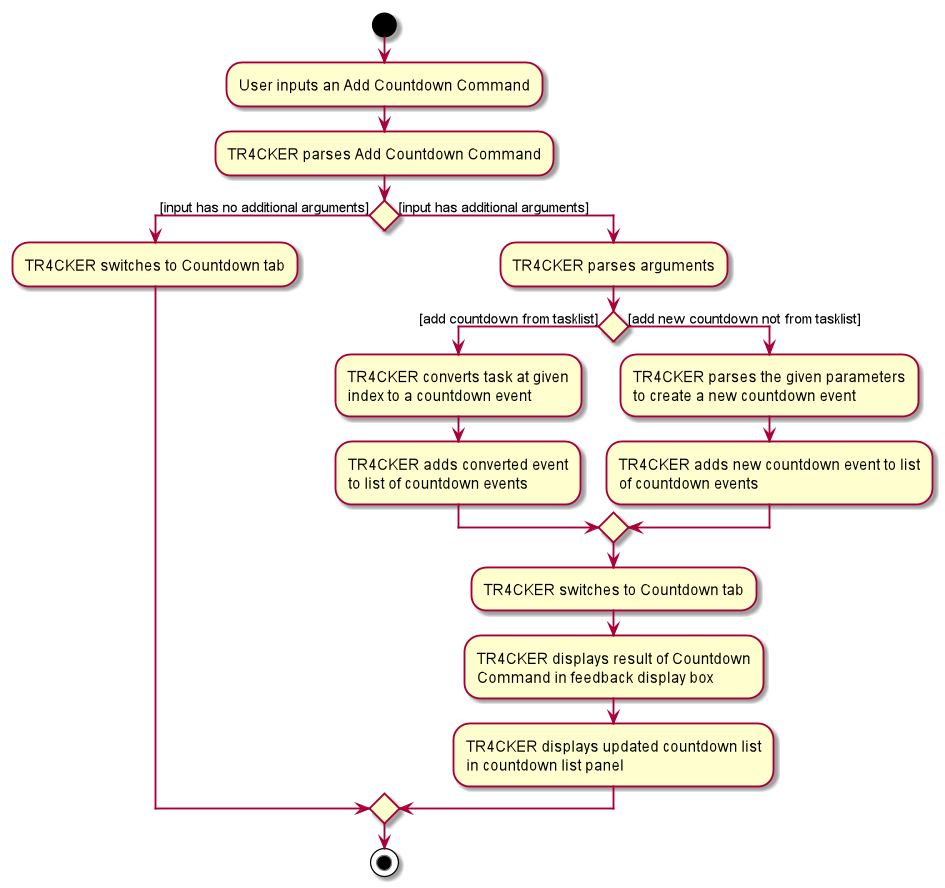
The PlantUML diagram docs/images/CountdownActivityDiagram.png in yingqi0607/tp, before a commit. Its diagram source:
```plantuml
@startuml
start
:User inputs an Add Countdown Command;
:TR4CKER parses Add Countdown Command;

if () then ([input has no additional arguments])
    :TR4CKER switches to Countdown tab;
else ([input has additional arguments])
        :TR4CKER parses arguments;

    if () then ([add countdown from tasklist])
        :TR4CKER converts task at given
        index to a countdown event;
        :TR4CKER adds converted event
        to list of countdown events;
    else ([add new countdown not from tasklist])
         :TR4CKER parses the given parameters
         to create a new countdown event;
         :TR4CKER adds new countdown event to list
         of countdown events;
     endif
:TR4CKER switches to Countdown tab;
:TR4CKER displays result of Countdown
Command in feedback display box;
:TR4CKER displays updated countdown list
in countdown list panel;
endif
stop
@enduml
```
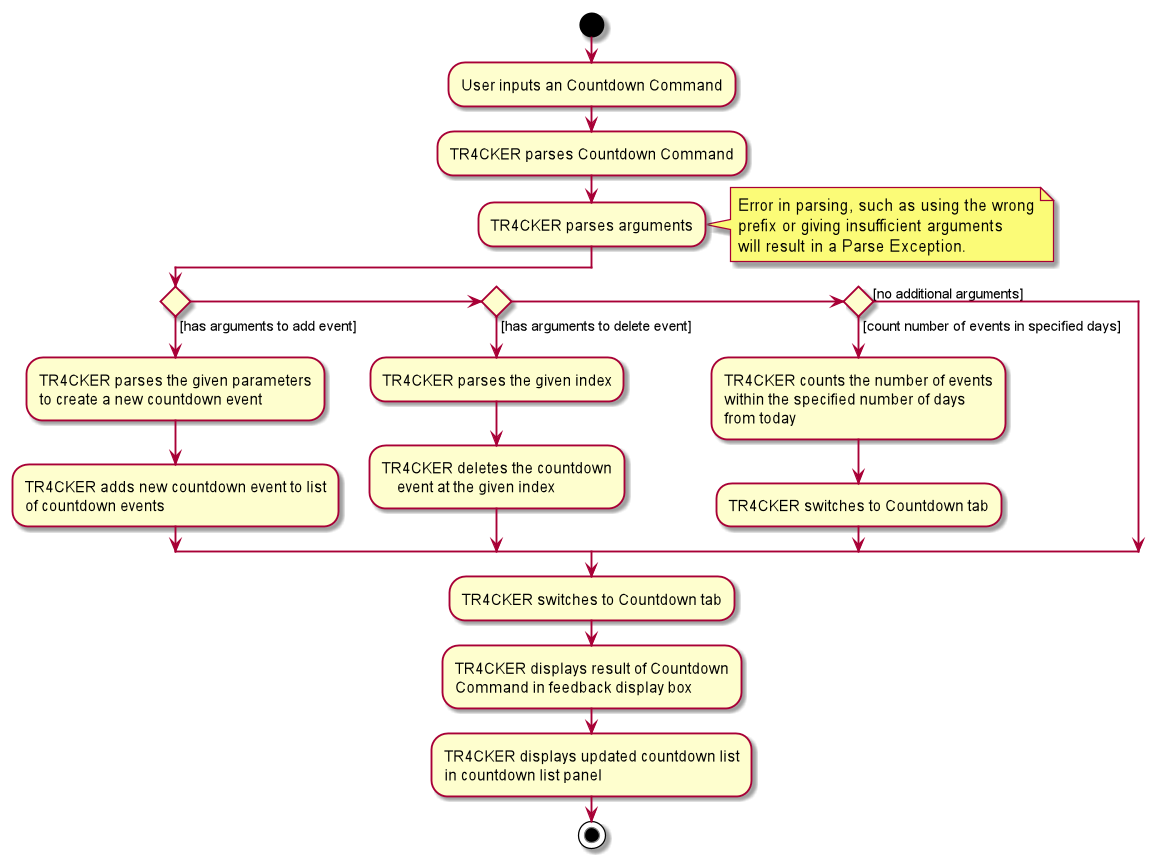
Later version of the same file.

Commit message:
Update DG for Countdowns and add UMl diagrams

Diff of the diagram source:
```diff
@@ -1,29 +1,35 @@
 @startuml
 start
-:User inputs an Add Countdown Command;
-:TR4CKER parses Add Countdown Command;
+:User inputs an Countdown Command;
+:TR4CKER parses Countdown Command;
+:TR4CKER parses arguments;
+note right
+Error in parsing, such as using the wrong
+prefix or giving insufficient arguments
+will result in a Parse Exception.
+end note
 
-if () then ([input has no additional arguments])
+if () then ([has arguments to add event])
+    :TR4CKER parses the given parameters
+    to create a new countdown event;
+    :TR4CKER adds new countdown event to list
+    of countdown events;
+elseif () then ([has arguments to delete event])
+    :TR4CKER parses the given index;
+    :TR4CKER deletes the countdown
+        event at the given index;
+elseif () then ([count number of events in specified days])
+     :TR4CKER counts the number of events
+     within the specified number of days
+     from today;
     :TR4CKER switches to Countdown tab;
-else ([input has additional arguments])
-        :TR4CKER parses arguments;
+else ([no additional arguments])
+endif
 
-    if () then ([add countdown from tasklist])
-        :TR4CKER converts task at given
-        index to a countdown event;
-        :TR4CKER adds converted event
-        to list of countdown events;
-    else ([add new countdown not from tasklist])
-         :TR4CKER parses the given parameters
-         to create a new countdown event;
-         :TR4CKER adds new countdown event to list
-         of countdown events;
-     endif
 :TR4CKER switches to Countdown tab;
 :TR4CKER displays result of Countdown
 Command in feedback display box;
 :TR4CKER displays updated countdown list
 in countdown list panel;
-endif
 stop
 @enduml
```
